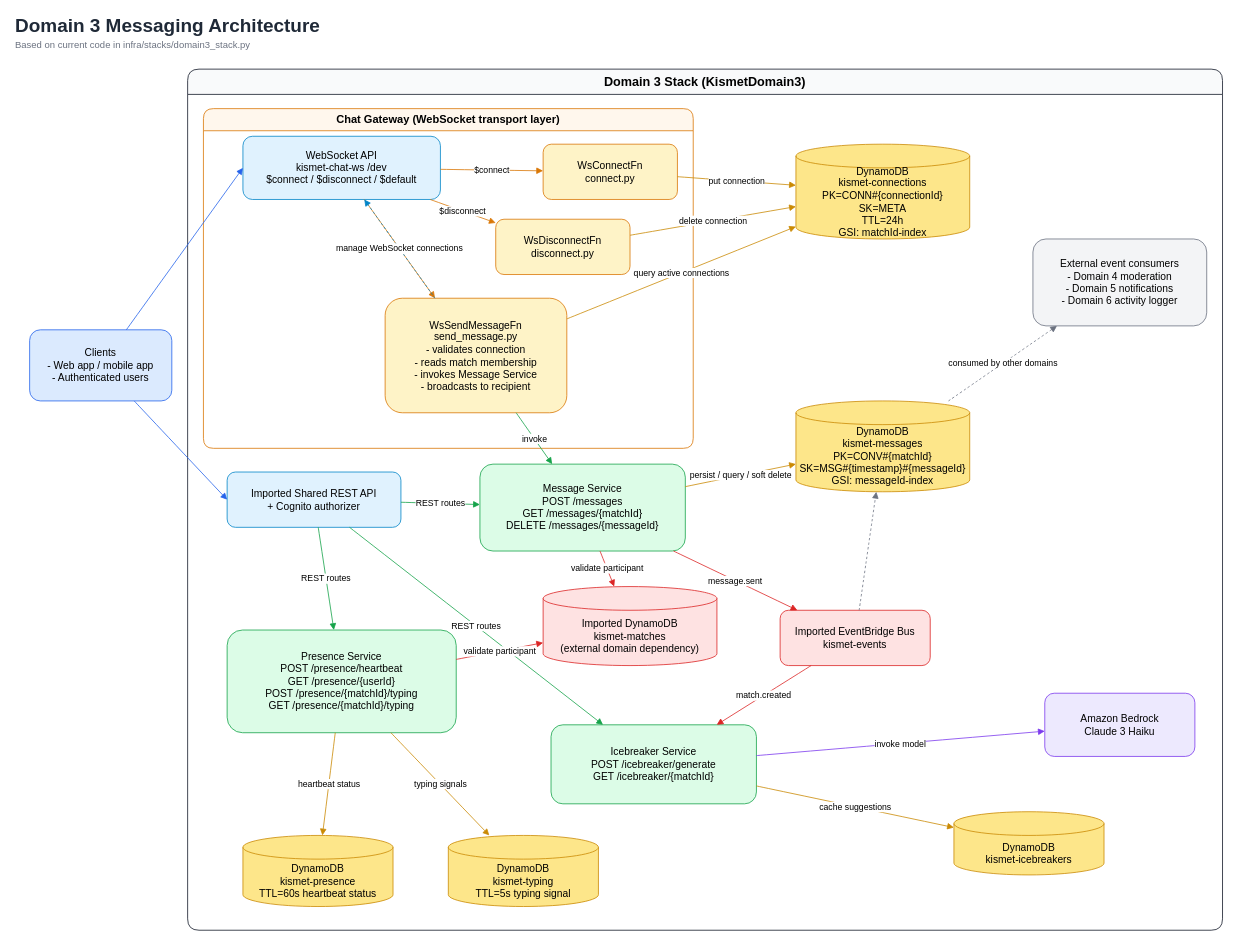
Earlier version of the draw.io diagram docs/system-design/diagrams/domain3-architecture.drawio (Kismet2026/Kismet). Source tidied: cells renumbered, new cells numbered last; positions are measured from the earlier drawing's top-left corner, leaving out a move shared by most shapes. Both pictures are drawn from the tidied source at 79%, with x=0, y=0 at pixel (13, 13).
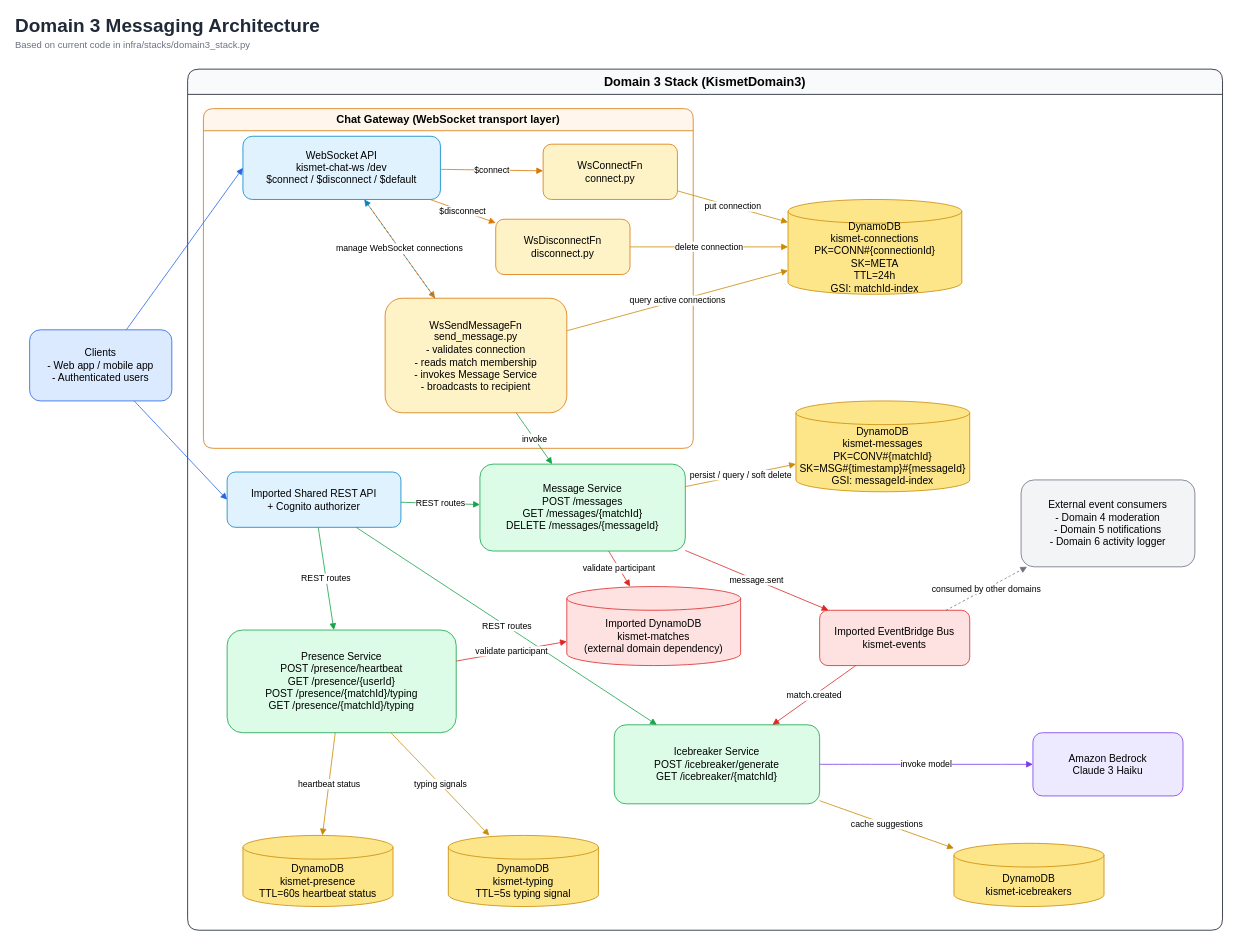
The same page after the edit.

Commit message (it also covers changes not shown here):
docs(domain3): fix architecture diagram event flow

Unchanged cells that the change refers to:
```xml
<mxCell id="5" value="Domain 3 Stack (KismetDomain3)" style="swimlane;html=1;rounded=1;whiteSpace=wrap;horizontal=1;startSize=32;fillColor=#f9fafb;strokeColor=#111827;fontSize=16;fontStyle=1;" parent="1" vertex="1">
  <mxGeometry x="220" y="70" width="1310" height="1090" as="geometry" />
</mxCell>
<mxCell id="26" value="DynamoDB&#10;kismet-messages&#10;PK=CONV#{matchId}&#10;SK=MSG#{timestamp}#{messageId}&#10;GSI: messageId-index" style="shape=cylinder3;whiteSpace=wrap;html=1;boundedLbl=1;fillColor=#fde68a;strokeColor=#ca8a04;fontSize=13;" parent="5" vertex="1">
  <mxGeometry x="770" y="420" width="220" height="115" as="geometry" />
</mxCell>
```

The edit, as a diff of the source:
```diff
@@
     <mxCell id="8" value="Icebreaker Service&#10;POST /icebreaker/generate&#10;GET /icebreaker/{matchId}" style="rounded=1;whiteSpace=wrap;html=1;fillColor=#dcfce7;strokeColor=#16a34a;fontSize=13;" parent="5" vertex="1">
-      <mxGeometry x="460" y="830" width="260" height="100" as="geometry" />
+      <mxGeometry x="540" y="830" width="260" height="100" as="geometry" />
     </mxCell>
@@
     <mxCell id="14" value="DynamoDB&#10;kismet-connections&#10;PK=CONN#{connectionId}&#10;SK=META&#10;TTL=24h&#10;GSI: matchId-index" style="shape=cylinder3;whiteSpace=wrap;html=1;boundedLbl=1;fillColor=#fde68a;strokeColor=#ca8a04;fontSize=13;" parent="5" vertex="1">
-      <mxGeometry x="770" y="95" width="220" height="120" as="geometry" />
+      <mxGeometry x="760" y="165" width="220" height="120" as="geometry" />
     </mxCell>
@@
     <mxCell id="17" value="DynamoDB&#10;kismet-icebreakers" style="shape=cylinder3;whiteSpace=wrap;html=1;boundedLbl=1;fillColor=#fde68a;strokeColor=#ca8a04;fontSize=13;" parent="5" vertex="1">
-      <mxGeometry x="970" y="940" width="190" height="80" as="geometry" />
+      <mxGeometry x="970" y="980" width="190" height="80" as="geometry" />
     </mxCell>
     <mxCell id="18" value="Imported DynamoDB&#10;kismet-matches&#10;(external domain dependency)" style="shape=cylinder3;whiteSpace=wrap;html=1;boundedLbl=1;fillColor=#fee2e2;strokeColor=#dc2626;fontSize=13;" parent="5" vertex="1">
-      <mxGeometry x="450" y="655" width="220" height="100" as="geometry" />
+      <mxGeometry x="480" y="655" width="220" height="100" as="geometry" />
     </mxCell>
     <mxCell id="19" value="Imported EventBridge Bus&#10;kismet-events" style="rounded=1;whiteSpace=wrap;html=1;fillColor=#fee2e2;strokeColor=#dc2626;fontSize=13;" parent="5" vertex="1">
-      <mxGeometry x="750" y="685" width="190" height="70" as="geometry" />
+      <mxGeometry x="800" y="685" width="190" height="70" as="geometry" />
     </mxCell>
     <mxCell id="20" value="External event consumers&#10;- Domain 4 moderation&#10;- Domain 5 notifications&#10;- Domain 6 activity logger" style="rounded=1;whiteSpace=wrap;html=1;fillColor=#f3f4f6;strokeColor=#6b7280;fontSize=13;" parent="5" vertex="1">
-      <mxGeometry x="1070" y="215" width="220" height="110" as="geometry" />
+      <mxGeometry x="1055" y="520" width="220" height="110" as="geometry" />
     </mxCell>
     <mxCell id="21" value="Amazon Bedrock&#10;Claude 3 Haiku" style="rounded=1;whiteSpace=wrap;html=1;fillColor=#ede9fe;strokeColor=#7c3aed;fontSize=13;" parent="5" vertex="1">
-      <mxGeometry x="1085" y="790" width="190" height="80" as="geometry" />
+      <mxGeometry x="1070" y="840" width="190" height="80" as="geometry" />
     </mxCell>
@@
-    <mxCell id="28" style="curved=1;html=1;endArrow=block;endFill=1;dashed=1;strokeColor=#6b7280;fontSize=11;" parent="5" edge="1" source="19" target="26">
-      <mxGeometry relative="1" as="geometry" />
-    </mxCell>
-    <mxCell id="29" value="consumed by other domains" style="curved=1;html=1;endArrow=block;endFill=1;dashed=1;strokeColor=#6b7280;fontSize=11;" parent="5" edge="1" source="26" target="20">
+    <mxCell id="29" value="consumed by other domains" style="curved=1;html=1;endArrow=block;endFill=1;dashed=1;strokeColor=#6b7280;fontSize=11;" parent="5" edge="1" source="19" target="20">
       <mxGeometry relative="1" as="geometry" />
     </mxCell>
```
